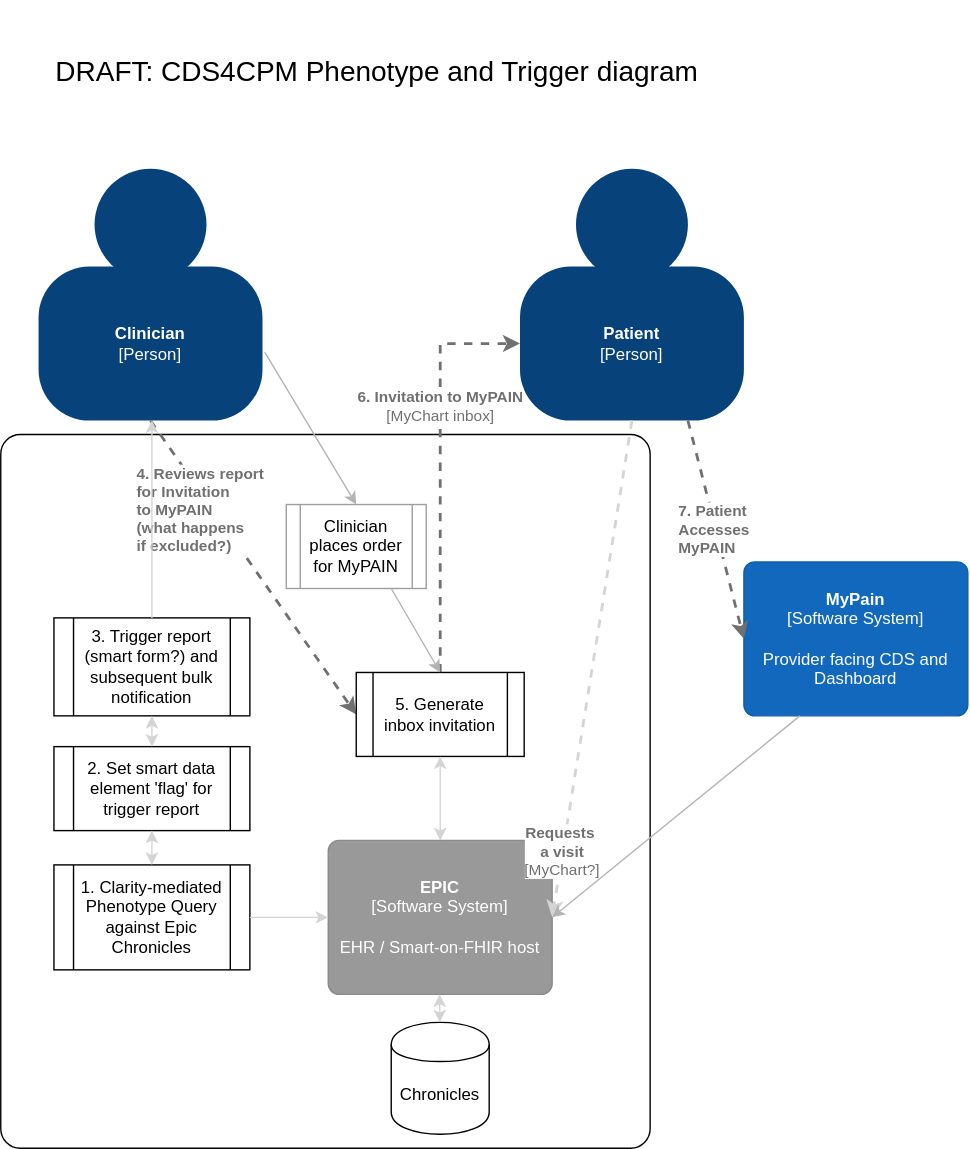
cqframework/cds4cpm keeps this draw.io diagram as input/pagecontent/img/CDS4CPM Phenotype and trigger diagram.svg. Above is the earlier version. Source tidied: cells renumbered, new cells last; positions are measured from the earlier drawing's top-left corner, leaving out a move shared by most shapes. Its diagram source:
```xml
<mxGraphModel>
  <root>
    <mxCell id="0" />
    <mxCell id="1" parent="0" />
    <object id="2" label="&lt;div style=&quot;text-align: left&quot;&gt;&lt;br&gt;&lt;/div&gt;" c4Application="applicationAndVersion" c4Name="name" c4Type="ExecutionEnvironment" placeholders="1">
      <mxCell style="rounded=1;whiteSpace=wrap;html=1;labelBackgroundColor=none;fillColor=#ffffff;fontColor=#000000;align=left;arcSize=3;strokeColor=#000000;verticalAlign=bottom;" parent="1" vertex="1">
        <mxGeometry y="310" width="464" height="510" as="geometry" />
      </mxCell>
    </object>
    <mxCell id="3" style="group;rounded=0;labelBackgroundColor=none;fillColor=none;fontColor=#ffffff;align=center;html=1;" parent="1" vertex="1">
      <mxGeometry x="27" y="120" width="160" height="180" as="geometry" />
    </mxCell>
    <object id="4" label="&lt;b&gt;Clinician&lt;/b&gt;&lt;div&gt;[Person]&lt;/div&gt;" c4Description="Description" c4Name="name" c4Type="body" placeholders="1">
      <mxCell style="rounded=1;whiteSpace=wrap;html=1;labelBackgroundColor=none;fillColor=#08427b;fontColor=#ffffff;align=center;arcSize=33;strokeColor=3c7fc0;" parent="3" vertex="1">
        <mxGeometry y="70" width="160" height="110" as="geometry" />
      </mxCell>
    </object>
    <mxCell id="5" style="ellipse;whiteSpace=wrap;html=1;rounded=0;labelBackgroundColor=none;fillColor=#08427b;fontSize=12;fontColor=#ffffff;align=center;strokeColor=3c7fc0;" parent="3" vertex="1">
      <mxGeometry x="40" width="80" height="80" as="geometry" />
    </mxCell>
    <mxCell id="6" style="group;rounded=0;labelBackgroundColor=none;fillColor=none;fontColor=#ffffff;align=center;html=1;" parent="1" vertex="1">
      <mxGeometry x="371" y="120" width="160" height="180" as="geometry" />
    </mxCell>
    <object id="7" label="&lt;div&gt;&lt;b&gt;Patient&lt;/b&gt;&lt;/div&gt;&lt;div&gt;[Person]&lt;/div&gt;" c4Description="Description" c4Name="name" c4Type="body" placeholders="1">
      <mxCell style="rounded=1;whiteSpace=wrap;html=1;labelBackgroundColor=none;fillColor=#08427b;fontColor=#ffffff;align=center;arcSize=33;strokeColor=3c7fc0;" parent="6" vertex="1">
        <mxGeometry y="70" width="160" height="110" as="geometry" />
      </mxCell>
    </object>
    <mxCell id="8" style="ellipse;whiteSpace=wrap;html=1;rounded=0;labelBackgroundColor=none;fillColor=#08427b;fontSize=12;fontColor=#ffffff;align=center;strokeColor=3c7fc0;" parent="6" vertex="1">
      <mxGeometry x="40" width="80" height="80" as="geometry" />
    </mxCell>
    <object id="9" label="&lt;b&gt;MyPain&lt;/b&gt;&lt;div&gt;[Software System]&lt;/div&gt;&lt;div&gt;&lt;br&gt;&lt;/div&gt;&lt;div&gt;Provider facing CDS and Dashboard&lt;br&gt;&lt;/div&gt;" c4Description="Description" c4Name="name" c4Type="SoftwareSystem" placeholders="1">
      <mxCell style="rounded=1;whiteSpace=wrap;html=1;labelBackgroundColor=none;fillColor=#1168bd;fontColor=#ffffff;align=center;arcSize=7;strokeColor=#0f5eaa;" parent="1" vertex="1">
        <mxGeometry x="531" y="401" width="160" height="110" as="geometry" />
      </mxCell>
    </object>
    <object id="10" label="&lt;b&gt;EPIC&lt;/b&gt;&lt;div&gt;[Software System]&lt;/div&gt;&lt;div&gt;&lt;br&gt;&lt;/div&gt;&lt;div&gt;EHR / Smart-on-FHIR host&lt;br&gt;&lt;/div&gt;" c4Description="Description" c4Name="name" c4Type="SoftwareSystemDependency" placeholders="1">
      <mxCell style="rounded=1;whiteSpace=wrap;html=1;labelBackgroundColor=none;fillColor=#999999;fontColor=#ffffff;align=center;arcSize=7;strokeColor=#8a8a8a;" parent="1" vertex="1">
        <mxGeometry x="234" y="600" width="160" height="110" as="geometry" />
      </mxCell>
    </object>
    <mxCell id="11" value="&lt;div style=&quot;text-align: left&quot;&gt;&lt;b&gt;4. Reviews report&amp;nbsp;&lt;/b&gt;&lt;/div&gt;&lt;div style=&quot;text-align: left&quot;&gt;&lt;b&gt;for Invitation&amp;nbsp;&lt;/b&gt;&lt;/div&gt;&lt;div style=&quot;text-align: left&quot;&gt;&lt;b&gt;to MyPAIN&lt;/b&gt;&lt;/div&gt;&lt;div style=&quot;text-align: left&quot;&gt;&lt;b&gt;(what happens&amp;nbsp;&lt;/b&gt;&lt;/div&gt;&lt;div style=&quot;text-align: left&quot;&gt;&lt;b&gt;if excluded?)&lt;/b&gt;&lt;/div&gt;" style="edgeStyle=none;rounded=0;html=1;entryX=0;entryY=0.5;jettySize=auto;strokeColor=#707070;strokeWidth=2;fontColor=#707070;jumpStyle=none;dashed=1;exitX=0.5;exitY=1;exitDx=0;exitDy=0;entryDx=0;entryDy=0;" parent="1" edge="1" source="4" target="22">
      <mxGeometry x="-0.42" y="-7" relative="1" as="geometry" />
    </mxCell>
    <mxCell id="12" value="&lt;div style=&quot;text-align: left&quot;&gt;&lt;b&gt;7. Patient&amp;nbsp;&lt;/b&gt;&lt;/div&gt;&lt;div style=&quot;text-align: left&quot;&gt;&lt;b&gt;Accesses&amp;nbsp;&lt;/b&gt;&lt;/div&gt;&lt;div style=&quot;text-align: left&quot;&gt;&lt;b&gt;MyPAIN&lt;/b&gt;&lt;/div&gt;" style="edgeStyle=none;rounded=0;html=1;jettySize=auto;strokeColor=#707070;strokeWidth=2;fontColor=#707070;jumpStyle=none;dashed=1;exitX=0.75;exitY=1;exitDx=0;exitDy=0;entryX=0;entryY=0.5;entryDx=0;entryDy=0;" parent="1" edge="1" source="7" target="9">
      <mxGeometry relative="1" as="geometry" />
    </mxCell>
    <mxCell id="13" value="&lt;div&gt;&lt;div align=&quot;center&quot;&gt;&lt;b&gt;6. Invitation to MyPAIN&lt;/b&gt;&lt;/div&gt;&lt;div style=&quot;text-align: center&quot;&gt;[MyChart inbox]&lt;/div&gt;&lt;/div&gt;" style="edgeStyle=none;rounded=0;html=1;entryX=0;entryY=0.5;jettySize=auto;strokeColor=#707070;strokeWidth=2;fontColor=#707070;jumpStyle=none;dashed=1;entryDx=0;entryDy=0;exitX=0.5;exitY=0;exitDx=0;exitDy=0;" parent="1" edge="1" source="22" target="7">
      <mxGeometry x="0.3" relative="1" as="geometry">
        <Array as="points">
          <mxPoint x="314" y="420" />
          <mxPoint x="314" y="245" />
        </Array>
      </mxGeometry>
    </mxCell>
    <mxCell id="14" value="&lt;div&gt;&lt;div align=&quot;center&quot;&gt;&lt;b&gt;Requests&amp;nbsp;&lt;/b&gt;&lt;/div&gt;&lt;div align=&quot;center&quot;&gt;&lt;b&gt;a visit&lt;/b&gt;&lt;/div&gt;&lt;/div&gt;&lt;div align=&quot;center&quot;&gt;[MyChart?]&lt;b&gt;&lt;br&gt;&lt;/b&gt;&lt;/div&gt;" style="edgeStyle=none;rounded=0;html=1;jettySize=auto;strokeColor=#D4D4D4;strokeWidth=2;fontColor=#707070;jumpStyle=none;dashed=1;exitX=0.5;exitY=1;exitDx=0;exitDy=0;entryX=1;entryY=0.5;entryDx=0;entryDy=0;" parent="1" edge="1" source="7" target="10">
      <mxGeometry x="0.74" relative="1" as="geometry" />
    </mxCell>
    <mxCell id="15" value="DRAFT: CDS4CPM Phenotype and Trigger diagram" style="text;html=1;strokeColor=none;fillColor=none;align=center;verticalAlign=middle;whiteSpace=wrap;rounded=0;fontSize=20;fontColor=#000000;" parent="1" vertex="1">
      <mxGeometry x="34" width="470" height="100" as="geometry" />
    </mxCell>
    <mxCell id="16" value="1. Clarity-mediated Phenotype Query against Epic Chronicles" style="shape=process;whiteSpace=wrap;html=1;backgroundOutline=1;" parent="1" vertex="1">
      <mxGeometry x="38" y="617.5" width="140" height="75" as="geometry" />
    </mxCell>
    <mxCell id="17" value="3. Trigger report (smart form?) and subsequent bulk notification" style="shape=process;whiteSpace=wrap;html=1;backgroundOutline=1;" parent="1" vertex="1">
      <mxGeometry x="38" y="441" width="140" height="70" as="geometry" />
    </mxCell>
    <mxCell id="18" value="2. Set smart data element 'flag' for trigger report" style="shape=process;whiteSpace=wrap;html=1;backgroundOutline=1;" parent="1" vertex="1">
      <mxGeometry x="38" y="533" width="140" height="60" as="geometry" />
    </mxCell>
    <mxCell id="19" style="endArrow=classic;html=1;strokeColor=#D4D4D4;exitX=1;exitY=0.5;exitDx=0;exitDy=0;entryX=0;entryY=0.5;entryDx=0;entryDy=0;" parent="1" edge="1" source="16" target="10">
      <mxGeometry relative="1" as="geometry" />
    </mxCell>
    <mxCell id="20" style="endArrow=classic;startArrow=classic;html=1;strokeColor=#D4D4D4;exitX=0.5;exitY=0;exitDx=0;exitDy=0;" parent="1" edge="1" source="18" target="17">
      <mxGeometry relative="1" as="geometry" />
    </mxCell>
    <mxCell id="21" style="endArrow=classic;startArrow=classic;html=1;strokeColor=#D4D4D4;exitX=0.5;exitY=0;exitDx=0;exitDy=0;entryX=0.5;entryY=1;entryDx=0;entryDy=0;" parent="1" edge="1" source="16" target="18">
      <mxGeometry relative="1" as="geometry" />
    </mxCell>
    <mxCell id="22" value="5. Generate inbox invitation" style="shape=process;whiteSpace=wrap;html=1;backgroundOutline=1;" parent="1" vertex="1">
      <mxGeometry x="254" y="480" width="120" height="60" as="geometry" />
    </mxCell>
    <mxCell id="23" style="endArrow=classic;html=1;strokeColor=#D4D4D4;exitX=0.5;exitY=0;exitDx=0;exitDy=0;" parent="1" edge="1" source="17">
      <mxGeometry relative="1" as="geometry">
        <mxPoint x="108" y="300" as="targetPoint" />
      </mxGeometry>
    </mxCell>
    <mxCell id="24" style="endArrow=classic;startArrow=classic;html=1;strokeColor=#D4D4D4;exitX=0.5;exitY=0;exitDx=0;exitDy=0;entryX=0.5;entryY=1;entryDx=0;entryDy=0;" parent="1" edge="1" source="10" target="22">
      <mxGeometry relative="1" as="geometry" />
    </mxCell>
    <mxCell id="25" value="Chronicles" style="shape=cylinder;whiteSpace=wrap;html=1;boundedLbl=1;backgroundOutline=1;" parent="1" vertex="1">
      <mxGeometry x="279" y="730" width="70" height="80" as="geometry" />
    </mxCell>
    <mxCell id="26" value="Clinician &lt;br&gt;places order &lt;br&gt;for MyPAIN" style="shape=process;whiteSpace=wrap;html=1;backgroundOutline=1;strokeColor=#9E9E9E;" parent="1" vertex="1">
      <mxGeometry x="204" y="360" width="100" height="60" as="geometry" />
    </mxCell>
    <mxCell id="27" style="endArrow=classic;html=1;strokeColor=#B3B3B3;exitX=1.01;exitY=0.555;exitDx=0;exitDy=0;exitPerimeter=0;entryX=0.5;entryY=0;entryDx=0;entryDy=0;" parent="1" edge="1" source="4" target="26">
      <mxGeometry relative="1" as="geometry" />
    </mxCell>
    <mxCell id="28" style="endArrow=classic;html=1;strokeColor=#B3B3B3;entryX=0.5;entryY=0;entryDx=0;entryDy=0;exitX=0.75;exitY=1;exitDx=0;exitDy=0;" parent="1" edge="1" source="26" target="22">
      <mxGeometry relative="1" as="geometry" />
    </mxCell>
    <mxCell id="29" style="endArrow=classic;startArrow=classic;html=1;strokeColor=#D4D4D4;entryX=0.5;entryY=1;entryDx=0;entryDy=0;" parent="1" edge="1" source="25">
      <mxGeometry relative="1" as="geometry">
        <mxPoint x="313.6" y="710" as="targetPoint" />
      </mxGeometry>
    </mxCell>
    <mxCell id="30" style="endArrow=classic;html=1;strokeColor=#B3B3B3;entryX=1;entryY=0.5;entryDx=0;entryDy=0;exitX=0.25;exitY=1;exitDx=0;exitDy=0;" parent="1" edge="1" source="9" target="10">
      <mxGeometry relative="1" as="geometry" />
    </mxCell>
  </root>
</mxGraphModel>
```
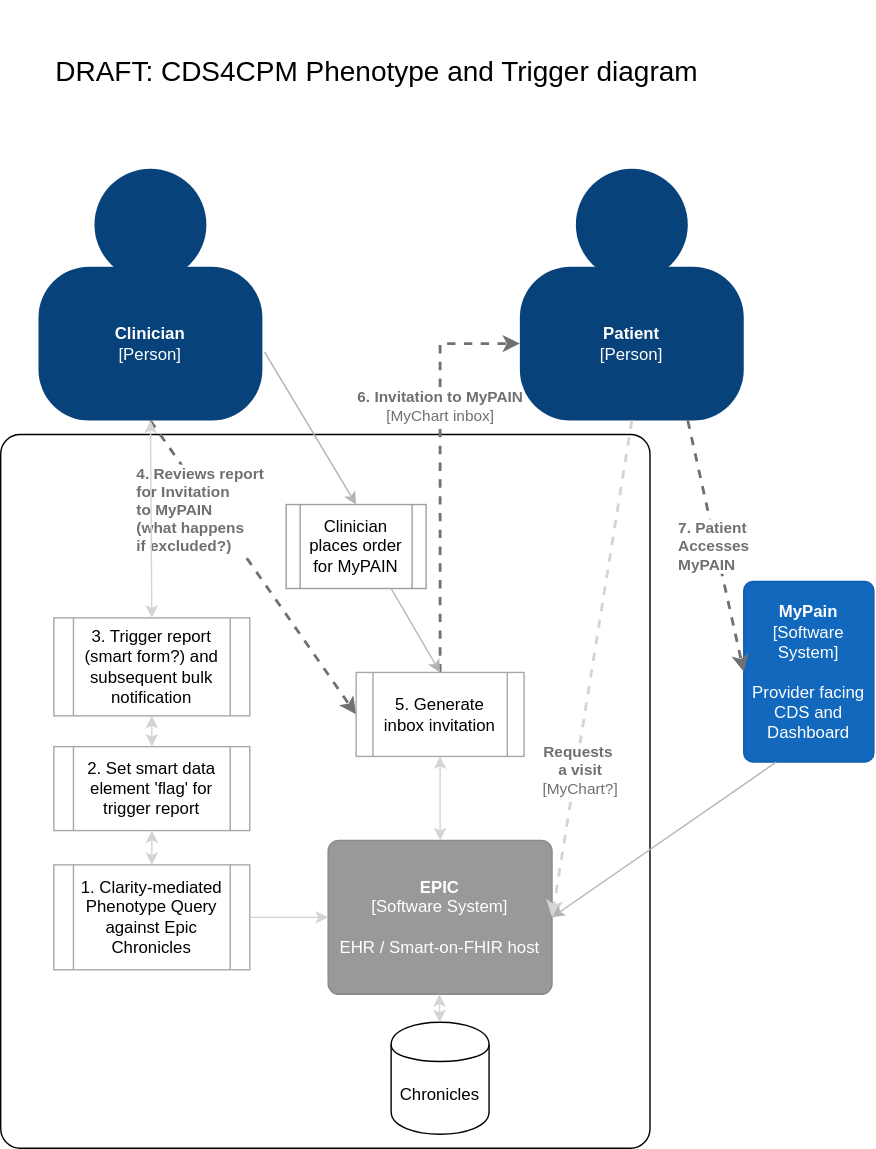
The same file after the commit.

What changed in the source:
```diff
@@ -31,7 +31,7 @@
     </mxCell>
     <object id="9" label="&lt;b&gt;MyPain&lt;/b&gt;&lt;div&gt;[Software System]&lt;/div&gt;&lt;div&gt;&lt;br&gt;&lt;/div&gt;&lt;div&gt;Provider facing CDS and Dashboard&lt;br&gt;&lt;/div&gt;" c4Description="Description" c4Name="name" c4Type="SoftwareSystem" placeholders="1">
       <mxCell style="rounded=1;whiteSpace=wrap;html=1;labelBackgroundColor=none;fillColor=#1168bd;fontColor=#ffffff;align=center;arcSize=7;strokeColor=#0f5eaa;" parent="1" vertex="1">
-        <mxGeometry x="531" y="401" width="160" height="110" as="geometry" />
+        <mxGeometry x="531" y="415" width="93" height="129" as="geometry" />
       </mxCell>
     </object>
     <object id="10" label="&lt;b&gt;EPIC&lt;/b&gt;&lt;div&gt;[Software System]&lt;/div&gt;&lt;div&gt;&lt;br&gt;&lt;/div&gt;&lt;div&gt;EHR / Smart-on-FHIR host&lt;br&gt;&lt;/div&gt;" c4Description="Description" c4Name="name" c4Type="SoftwareSystemDependency" placeholders="1">
@@ -54,18 +54,18 @@
       </mxGeometry>
     </mxCell>
     <mxCell id="14" value="&lt;div&gt;&lt;div align=&quot;center&quot;&gt;&lt;b&gt;Requests&amp;nbsp;&lt;/b&gt;&lt;/div&gt;&lt;div align=&quot;center&quot;&gt;&lt;b&gt;a visit&lt;/b&gt;&lt;/div&gt;&lt;/div&gt;&lt;div align=&quot;center&quot;&gt;[MyChart?]&lt;b&gt;&lt;br&gt;&lt;/b&gt;&lt;/div&gt;" style="edgeStyle=none;rounded=0;html=1;jettySize=auto;strokeColor=#D4D4D4;strokeWidth=2;fontColor=#707070;jumpStyle=none;dashed=1;exitX=0.5;exitY=1;exitDx=0;exitDy=0;entryX=1;entryY=0.5;entryDx=0;entryDy=0;" parent="1" edge="1" source="7" target="10">
-      <mxGeometry x="0.74" relative="1" as="geometry" />
+      <mxGeometry x="0.41" y="3" relative="1" as="geometry" />
     </mxCell>
     <mxCell id="15" value="DRAFT: CDS4CPM Phenotype and Trigger diagram" style="text;html=1;strokeColor=none;fillColor=none;align=center;verticalAlign=middle;whiteSpace=wrap;rounded=0;fontSize=20;fontColor=#000000;" parent="1" vertex="1">
       <mxGeometry x="34" width="470" height="100" as="geometry" />
     </mxCell>
-    <mxCell id="16" value="1. Clarity-mediated Phenotype Query against Epic Chronicles" style="shape=process;whiteSpace=wrap;html=1;backgroundOutline=1;" parent="1" vertex="1">
+    <mxCell id="16" value="1. Clarity-mediated Phenotype Query against Epic Chronicles" style="shape=process;whiteSpace=wrap;html=1;backgroundOutline=1;strokeColor=#A8A8A8;" parent="1" vertex="1">
       <mxGeometry x="38" y="617.5" width="140" height="75" as="geometry" />
     </mxCell>
-    <mxCell id="17" value="3. Trigger report (smart form?) and subsequent bulk notification" style="shape=process;whiteSpace=wrap;html=1;backgroundOutline=1;" parent="1" vertex="1">
+    <mxCell id="17" value="3. Trigger report (smart form?) and subsequent bulk notification" style="shape=process;whiteSpace=wrap;html=1;backgroundOutline=1;strokeColor=#A8A8A8;" parent="1" vertex="1">
       <mxGeometry x="38" y="441" width="140" height="70" as="geometry" />
     </mxCell>
-    <mxCell id="18" value="2. Set smart data element 'flag' for trigger report" style="shape=process;whiteSpace=wrap;html=1;backgroundOutline=1;" parent="1" vertex="1">
+    <mxCell id="18" value="2. Set smart data element 'flag' for trigger report" style="shape=process;whiteSpace=wrap;html=1;backgroundOutline=1;strokeColor=#A8A8A8;" parent="1" vertex="1">
       <mxGeometry x="38" y="533" width="140" height="60" as="geometry" />
     </mxCell>
     <mxCell id="19" style="endArrow=classic;html=1;strokeColor=#D4D4D4;exitX=1;exitY=0.5;exitDx=0;exitDy=0;entryX=0;entryY=0.5;entryDx=0;entryDy=0;" parent="1" edge="1" source="16" target="10">
@@ -77,14 +77,9 @@
     <mxCell id="21" style="endArrow=classic;startArrow=classic;html=1;strokeColor=#D4D4D4;exitX=0.5;exitY=0;exitDx=0;exitDy=0;entryX=0.5;entryY=1;entryDx=0;entryDy=0;" parent="1" edge="1" source="16" target="18">
       <mxGeometry relative="1" as="geometry" />
     </mxCell>
-    <mxCell id="22" value="5. Generate inbox invitation" style="shape=process;whiteSpace=wrap;html=1;backgroundOutline=1;" parent="1" vertex="1">
+    <mxCell id="22" value="5. Generate inbox invitation" style="shape=process;whiteSpace=wrap;html=1;backgroundOutline=1;strokeColor=#A8A8A8;" parent="1" vertex="1">
       <mxGeometry x="254" y="480" width="120" height="60" as="geometry" />
     </mxCell>
-    <mxCell id="23" style="endArrow=classic;html=1;strokeColor=#D4D4D4;exitX=0.5;exitY=0;exitDx=0;exitDy=0;" parent="1" edge="1" source="17">
-      <mxGeometry relative="1" as="geometry">
-        <mxPoint x="108" y="300" as="targetPoint" />
-      </mxGeometry>
-    </mxCell>
     <mxCell id="24" style="endArrow=classic;startArrow=classic;html=1;strokeColor=#D4D4D4;exitX=0.5;exitY=0;exitDx=0;exitDy=0;entryX=0.5;entryY=1;entryDx=0;entryDy=0;" parent="1" edge="1" source="10" target="22">
       <mxGeometry relative="1" as="geometry" />
     </mxCell>
@@ -108,5 +103,8 @@
     <mxCell id="30" style="endArrow=classic;html=1;strokeColor=#B3B3B3;entryX=1;entryY=0.5;entryDx=0;entryDy=0;exitX=0.25;exitY=1;exitDx=0;exitDy=0;" parent="1" edge="1" source="9" target="10">
       <mxGeometry relative="1" as="geometry" />
     </mxCell>
+    <mxCell id="31" style="endArrow=classic;startArrow=classic;html=1;strokeColor=#D4D4D4;exitX=0.5;exitY=0;exitDx=0;exitDy=0;entryX=0.5;entryY=1;entryDx=0;entryDy=0;" parent="1" edge="1" source="17" target="4">
+      <mxGeometry relative="1" as="geometry" />
+    </mxCell>
   </root>
 </mxGraphModel>
```
